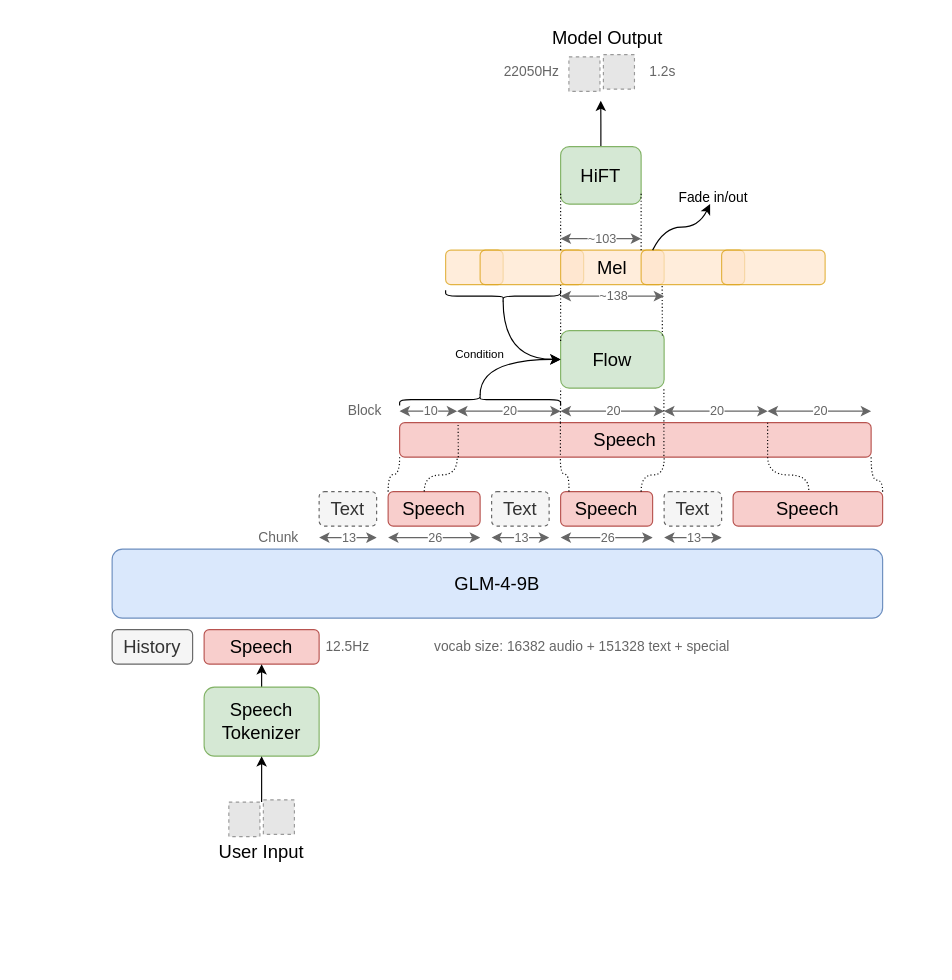
xrysamuel/my-drawio keeps this draw.io diagram as Drafts/glm4v.drawio. Above is the earlier version. Source tidied: cells renumbered, new cells numbered last; positions are measured from the earlier drawing's top-left corner, leaving out a move shared by most shapes. Both pictures are drawn from the tidied source at 115%, with x=0, y=0 at pixel (112, 20). Pictures stored in the file or linked from it are replaced by grey dashed boxes.
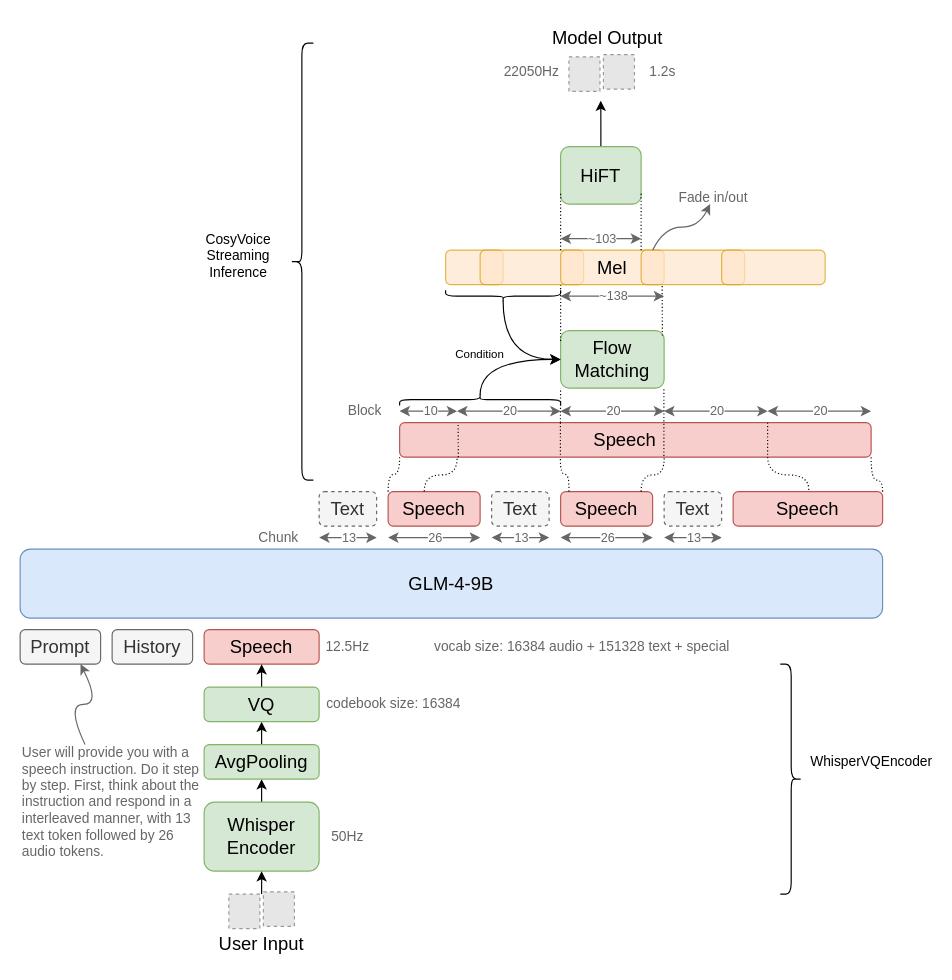
Above is the later version.

Unchanged cells that the change refers to:
```xml
<mxCell id="3" value="&lt;font style=&quot;font-size: 16px;&quot;&gt;Speech&lt;/font&gt;" style="rounded=1;whiteSpace=wrap;html=1;fillColor=#f8cecc;strokeColor=#b85450;" parent="1" vertex="1">
  <mxGeometry x="80" y="530" width="100" height="30" as="geometry" />
</mxCell>
```

Diff of the diagram source:
```diff
@@
     <mxCell id="2" value="&lt;font style=&quot;font-size: 16px;&quot;&gt;GLM-4-9B&lt;/font&gt;" style="rounded=1;whiteSpace=wrap;html=1;fillColor=#dae8fc;strokeColor=#6c8ebf;" parent="1" vertex="1">
-      <mxGeometry y="460" width="670" height="60" as="geometry" />
+      <mxGeometry x="-80" y="460" width="750" height="60" as="geometry" />
     </mxCell>
@@
-    <mxCell id="4" style="edgeStyle=orthogonalEdgeStyle;rounded=0;jettySize=auto;html=1;exitX=0.5;exitY=0;exitDx=0;exitDy=0;entryX=0.5;entryY=1;entryDx=0;entryDy=0;" parent="1" edge="1" source="5" target="3">
-      <mxGeometry relative="1" as="geometry" />
-    </mxCell>
+    <mxCell id="82" style="edgeStyle=orthogonalEdgeStyle;rounded=0;jettySize=auto;html=1;exitX=0.5;exitY=0;exitDx=0;exitDy=0;entryX=0.5;entryY=1;entryDx=0;entryDy=0;" parent="1" edge="1" source="5" target="88">
+      <mxGeometry relative="1" as="geometry" />
+    </mxCell>
-    <mxCell id="5" value="&lt;font style=&quot;font-size: 16px;&quot;&gt;Speech Tokenizer&lt;/font&gt;" style="rounded=1;whiteSpace=wrap;html=1;fillColor=#d5e8d4;strokeColor=#82b366;" parent="1" vertex="1">
-      <mxGeometry x="80" y="580" width="100" height="60" as="geometry" />
+    <mxCell id="5" value="&lt;span style=&quot;font-size: 16px;&quot;&gt;Whisper&lt;/span&gt;&lt;div&gt;&lt;span style=&quot;font-size: 16px;&quot;&gt;Encoder&lt;/span&gt;&lt;/div&gt;" style="rounded=1;whiteSpace=wrap;html=1;fillColor=#d5e8d4;strokeColor=#82b366;" parent="1" vertex="1">
+      <mxGeometry x="80" y="680" width="100" height="60" as="geometry" />
     </mxCell>
     <mxCell id="6" style="fillColor=#E6E6E6;strokeColor=#999999;dashed=1;html=1;verticalLabelPosition=bottom;labelBackgroundColor=#ffffff;verticalAlign=top;" parent="1" vertex="1">
-      <mxGeometry x="101.5" y="680" width="27" height="30" as="geometry" />
+      <mxGeometry x="101.5" y="760" width="27" height="30" as="geometry" />
     </mxCell>
     <mxCell id="7" style="fillColor=#E6E6E6;strokeColor=#999999;dashed=1;html=1;verticalLabelPosition=bottom;labelBackgroundColor=#ffffff;verticalAlign=top;" parent="1" vertex="1">
-      <mxGeometry x="131.5" y="678" width="27" height="30" as="geometry" />
+      <mxGeometry x="131.5" y="758" width="27" height="30" as="geometry" />
     </mxCell>
     <mxCell id="8" value="User Input" style="text;html=1;align=center;verticalAlign=middle;whiteSpace=wrap;rounded=0;fontSize=16;" parent="1" vertex="1">
-      <mxGeometry x="84.2" y="708" width="91.5" height="30" as="geometry" />
+      <mxGeometry x="84.2" y="788" width="91.5" height="30" as="geometry" />
     </mxCell>
     <mxCell id="9" style="endArrow=classic;html=1;rounded=0;entryX=0.5;entryY=1;entryDx=0;entryDy=0;" parent="1" edge="1" target="5">
       <mxGeometry relative="1" as="geometry">
-        <mxPoint x="130" y="680" as="sourcePoint" />
+        <mxPoint x="130" y="760" as="sourcePoint" />
       </mxGeometry>
     </mxCell>
@@
-    <mxCell id="18" value="&lt;font style=&quot;font-size: 16px;&quot;&gt;Flow&lt;/font&gt;" style="rounded=1;whiteSpace=wrap;html=1;fillColor=#d5e8d4;strokeColor=#82b366;" parent="1" vertex="1">
+    <mxCell id="18" value="&lt;font style=&quot;font-size: 16px;&quot;&gt;Flow Matching&lt;/font&gt;" style="rounded=1;whiteSpace=wrap;html=1;fillColor=#d5e8d4;strokeColor=#82b366;" parent="1" vertex="1">
       <mxGeometry x="390" y="270" width="90" height="50" as="geometry" />
     </mxCell>
@@
-    <mxCell id="56" value="vocab size: 16382 audio + 151328 text + special&amp;nbsp;" style="text;html=1;align=center;verticalAlign=middle;whiteSpace=wrap;rounded=0;fontColor=#666666;" parent="1" vertex="1">
+    <mxCell id="56" value="vocab size: 16384 audio + 151328 text + special&amp;nbsp;" style="text;html=1;align=center;verticalAlign=middle;whiteSpace=wrap;rounded=0;fontColor=#666666;" parent="1" vertex="1">
       <mxGeometry x="273.2" y="535" width="275" height="20" as="geometry" />
     </mxCell>
@@
-    <mxCell id="80" style="curved=1;endArrow=classic;html=1;rounded=0;" parent="1" edge="1">
+    <mxCell id="80" style="curved=1;endArrow=classic;html=1;rounded=0;strokeColor=#666666;" parent="1" edge="1">
       <mxGeometry relative="1" as="geometry">
         <mxPoint x="470" y="200" as="sourcePoint" />
         <mxPoint x="520" y="160" as="targetPoint" />
         <Array as="points">
           <mxPoint x="480" y="180" />
           <mxPoint x="510" y="180" />
         </Array>
       </mxGeometry>
     </mxCell>
-    <mxCell id="81" value="Fade in/out" style="text;html=1;align=center;verticalAlign=middle;whiteSpace=wrap;rounded=0;" parent="1" vertex="1">
+    <mxCell id="81" value="Fade in/out" style="text;html=1;align=center;verticalAlign=middle;whiteSpace=wrap;rounded=0;fontColor=#666666;" parent="1" vertex="1">
       <mxGeometry x="481.5" y="140" width="81.8" height="30" as="geometry" />
     </mxCell>
+    <mxCell id="83" style="shape=curlyBracket;whiteSpace=wrap;html=1;rounded=1;flipH=1;labelPosition=right;verticalLabelPosition=middle;align=left;verticalAlign=middle;rotation=-180;" parent="1" vertex="1">
+      <mxGeometry x="155" y="20" width="20" height="380" as="geometry" />
+    </mxCell>
+    <mxCell id="84" value="CosyVoice&lt;div&gt;Streaming&lt;/div&gt;&lt;div&gt;Inference&lt;/div&gt;" style="text;html=1;align=center;verticalAlign=middle;whiteSpace=wrap;rounded=0;" parent="1" vertex="1">
+      <mxGeometry x="80" y="190" width="60" height="30" as="geometry" />
+    </mxCell>
+    <mxCell id="85" style="shape=curlyBracket;whiteSpace=wrap;html=1;rounded=1;flipH=1;labelPosition=right;verticalLabelPosition=middle;align=left;verticalAlign=middle;" parent="1" vertex="1">
+      <mxGeometry x="581" y="560" width="19" height="200" as="geometry" />
+    </mxCell>
+    <mxCell id="86" value="WhisperVQEncoder" style="text;html=1;align=center;verticalAlign=middle;whiteSpace=wrap;rounded=0;" parent="1" vertex="1">
+      <mxGeometry x="631" y="630" width="59" height="30" as="geometry" />
+    </mxCell>
+    <mxCell id="87" style="edgeStyle=orthogonalEdgeStyle;rounded=0;jettySize=auto;html=1;exitX=0.5;exitY=0;exitDx=0;exitDy=0;entryX=0.5;entryY=1;entryDx=0;entryDy=0;" parent="1" edge="1" source="88" target="90">
+      <mxGeometry relative="1" as="geometry" />
+    </mxCell>
+    <mxCell id="88" value="&lt;span style=&quot;font-size: 16px;&quot;&gt;AvgPooling&lt;/span&gt;" style="rounded=1;whiteSpace=wrap;html=1;fillColor=#d5e8d4;strokeColor=#82b366;" parent="1" vertex="1">
+      <mxGeometry x="80" y="630" width="100" height="30" as="geometry" />
+    </mxCell>
+    <mxCell id="89" style="edgeStyle=orthogonalEdgeStyle;rounded=0;jettySize=auto;html=1;exitX=0.5;exitY=0;exitDx=0;exitDy=0;entryX=0.5;entryY=1;entryDx=0;entryDy=0;" parent="1" edge="1" source="90" target="3">
+      <mxGeometry relative="1" as="geometry" />
+    </mxCell>
+    <mxCell id="90" value="&lt;span style=&quot;font-size: 16px;&quot;&gt;VQ&lt;/span&gt;" style="rounded=1;whiteSpace=wrap;html=1;fillColor=#d5e8d4;strokeColor=#82b366;" parent="1" vertex="1">
+      <mxGeometry x="80" y="580" width="100" height="30" as="geometry" />
+    </mxCell>
+    <mxCell id="91" value="50Hz" style="text;html=1;align=center;verticalAlign=middle;whiteSpace=wrap;rounded=0;fontColor=#666666;" parent="1" vertex="1">
+      <mxGeometry x="180" y="695" width="50" height="30" as="geometry" />
+    </mxCell>
+    <mxCell id="92" value="codebook size: 16384" style="text;html=1;align=center;verticalAlign=middle;whiteSpace=wrap;rounded=0;fontColor=#666666;" parent="1" vertex="1">
+      <mxGeometry x="180" y="580" width="130" height="30" as="geometry" />
+    </mxCell>
+    <mxCell id="93" value="&lt;span style=&quot;font-size: 16px;&quot;&gt;Prompt&lt;/span&gt;" style="rounded=1;whiteSpace=wrap;html=1;fillColor=#f5f5f5;strokeColor=#666666;fontColor=#333333;" parent="1" vertex="1">
+      <mxGeometry x="-80" y="530" width="70" height="30" as="geometry" />
+    </mxCell>
+    <mxCell id="94" value="User will provide you with a speech instruction. Do it step by step. First, think about the instruction and respond in a interleaved manner, with 13 text token followed by 26 audio tokens." style="text;html=1;align=left;verticalAlign=middle;whiteSpace=wrap;rounded=0;fontColor=#666666;" parent="1" vertex="1">
+      <mxGeometry x="-80" y="630" width="160" height="100" as="geometry" />
+    </mxCell>
+    <mxCell id="95" style="curved=1;endArrow=classic;html=1;rounded=0;strokeColor=#666666;entryX=0.75;entryY=1;entryDx=0;entryDy=0;" parent="1" edge="1" source="94" target="93">
+      <mxGeometry relative="1" as="geometry">
+        <Array as="points">
+          <mxPoint x="-40" y="595" />
+          <mxPoint x="-10" y="595" />
+        </Array>
+      </mxGeometry>
+    </mxCell>
```
